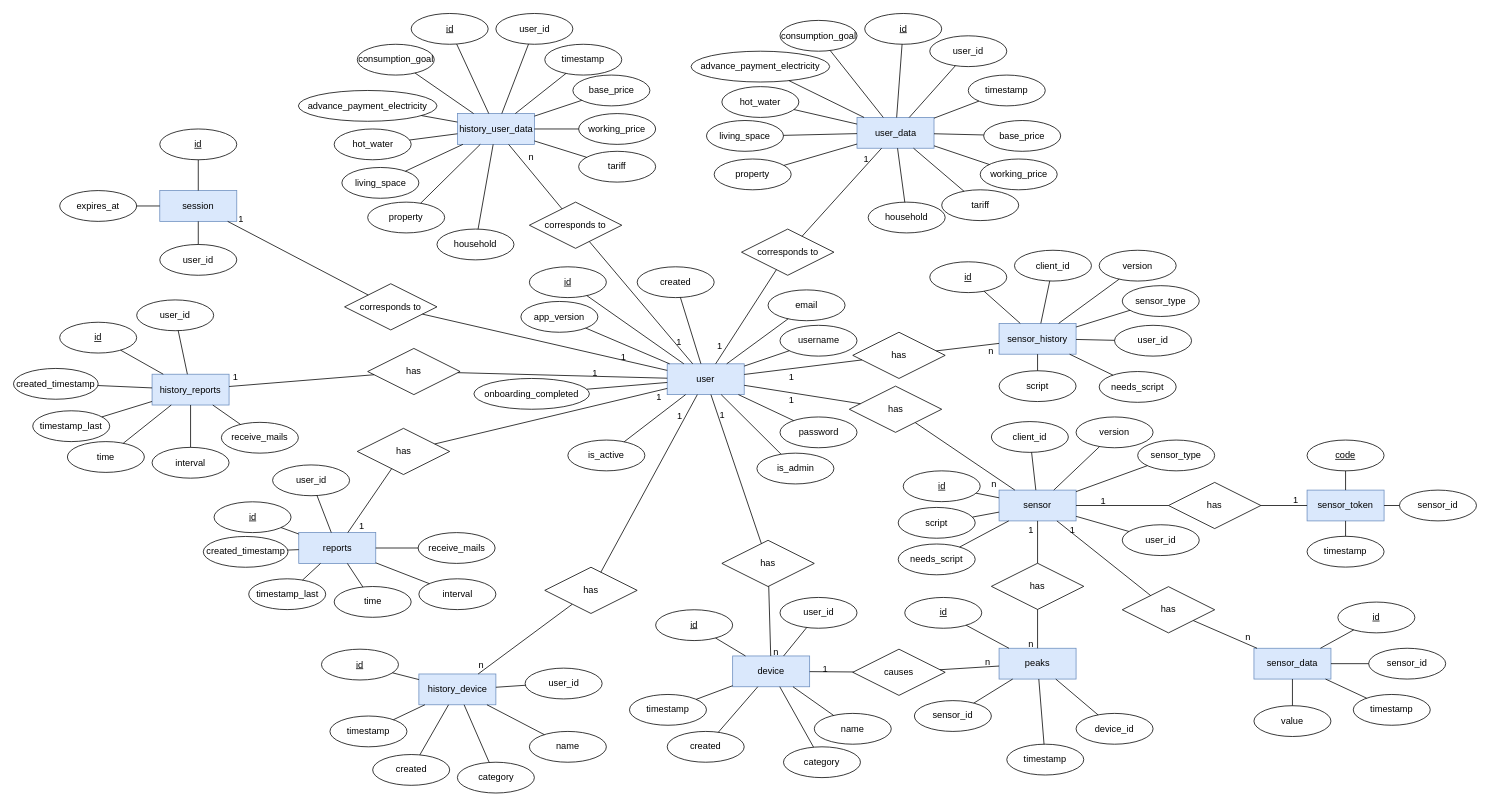
Above: diagrams/database_entity_relationship.drawio in pgenergy/docs (draw.io), before the change. Source tidied: cells renumbered, new cells numbered last; positions are measured from the earlier drawing's top-left corner, leaving out a move shared by most shapes. Both pictures are drawn from the tidied source at 77%, with x=0, y=0 at pixel (13, 13).
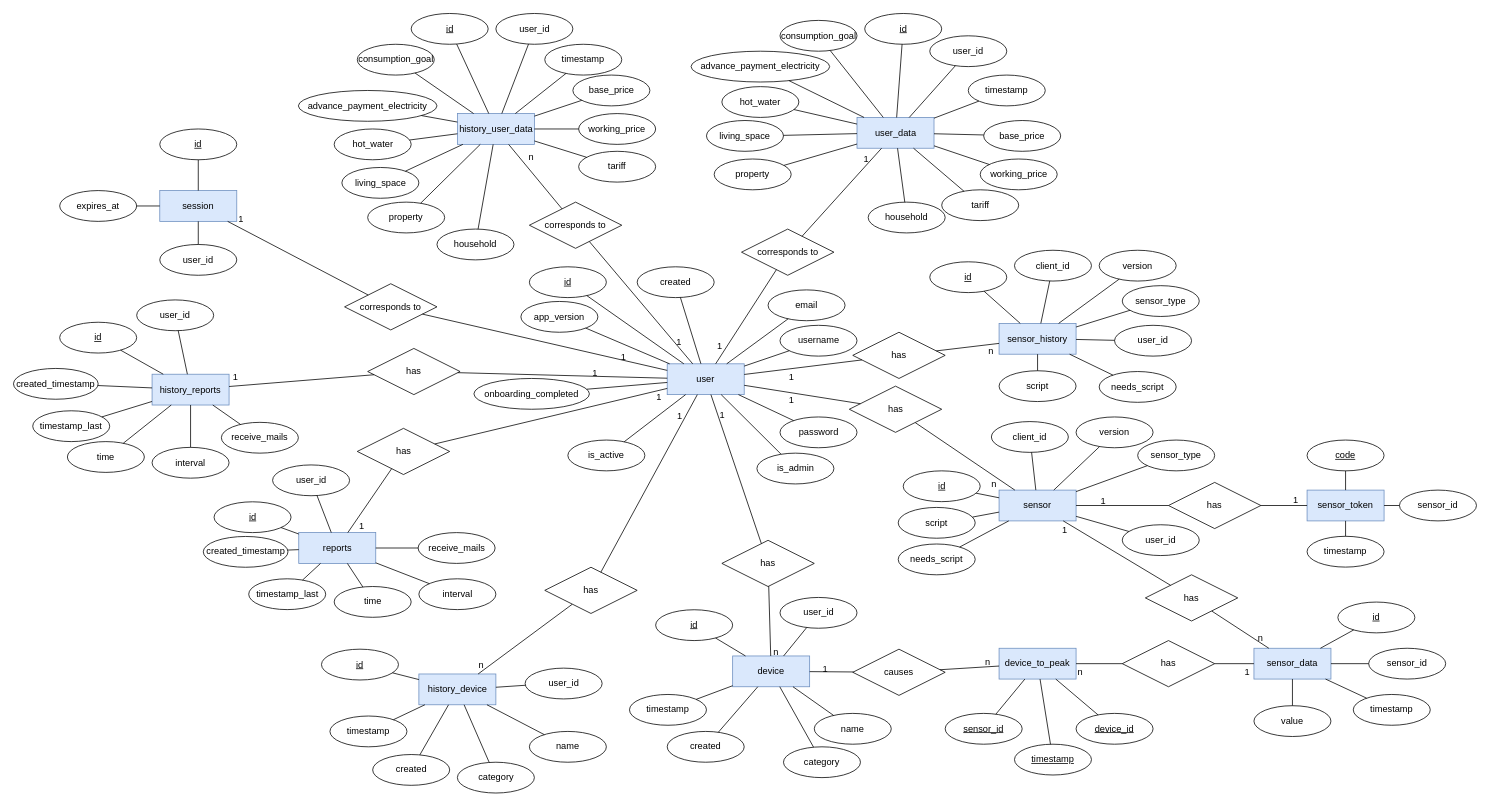
After the change.

Unchanged cells that the change refers to:
```xml
<mxCell id="153" value="sensor" style="whiteSpace=wrap;html=1;align=center;fillColor=#dae8fc;strokeColor=#6c8ebf;" parent="1" vertex="1">
  <mxGeometry x="1280" y="619" width="100" height="40" as="geometry" />
</mxCell>
<mxCell id="185" value="sensor_data" style="whiteSpace=wrap;html=1;align=center;fillColor=#dae8fc;strokeColor=#6c8ebf;" parent="1" vertex="1">
  <mxGeometry x="1611" y="824.4" width="100" height="40" as="geometry" />
</mxCell>
<mxCell id="204" style="endArrow=none;html=1;rounded=0;" parent="1" edge="1" source="194" target="199">
  <mxGeometry relative="1" as="geometry" />
</mxCell>
<mxCell id="211" style="endArrow=none;html=1;rounded=0;" parent="1" edge="1" source="210" target="153">
  <mxGeometry relative="1" as="geometry" />
</mxCell>
```

The edit, as a diff of the source:
```diff
@@
     <mxCell id="194" value="has" style="shape=rhombus;perimeter=rhombusPerimeter;whiteSpace=wrap;html=1;align=center;" parent="1" vertex="1">
-      <mxGeometry x="1270" y="714" width="120" height="60" as="geometry" />
+      <mxGeometry x="1440" y="814.4" width="120" height="60" as="geometry" />
     </mxCell>
-    <mxCell id="195" style="endArrow=none;html=1;rounded=0;" parent="1" edge="1" source="194" target="153">
+    <mxCell id="195" style="endArrow=none;html=1;rounded=0;" parent="1" edge="1" source="194" target="185">
       <mxGeometry relative="1" as="geometry" />
     </mxCell>
@@
-    <mxCell id="199" value="peaks" style="whiteSpace=wrap;html=1;align=center;fillColor=#dae8fc;strokeColor=#6c8ebf;" parent="1" vertex="1">
+    <mxCell id="199" value="&lt;span class=&quot;blob-code-inner blob-code-marker js-code-nav-pass&quot;&gt;&lt;span class=&quot;pl-s&quot;&gt;device_to_peak&lt;/span&gt;&lt;/span&gt;" style="whiteSpace=wrap;html=1;align=center;fillColor=#dae8fc;strokeColor=#6c8ebf;" parent="1" vertex="1">
       <mxGeometry x="1280" y="824.4" width="100" height="40" as="geometry" />
     </mxCell>
-    <mxCell id="200" value="sensor_id" style="ellipse;whiteSpace=wrap;html=1;align=center;" parent="1" vertex="1">
-      <mxGeometry x="1170" y="892.4" width="100" height="40" as="geometry" />
+    <mxCell id="200" value="sensor_id" style="ellipse;whiteSpace=wrap;html=1;align=center;fontStyle=4;" parent="1" vertex="1">
+      <mxGeometry x="1210" y="909" width="100" height="40" as="geometry" />
     </mxCell>
-    <mxCell id="201" value="device_id" style="ellipse;whiteSpace=wrap;html=1;align=center;" parent="1" vertex="1">
+    <mxCell id="201" value="device_id" style="ellipse;whiteSpace=wrap;html=1;align=center;fontStyle=4;" parent="1" vertex="1">
       <mxGeometry x="1380" y="909" width="100" height="40" as="geometry" />
     </mxCell>
-    <mxCell id="202" value="timestamp" style="ellipse;whiteSpace=wrap;html=1;align=center;" parent="1" vertex="1">
-      <mxGeometry x="1290" y="949" width="100" height="40" as="geometry" />
+    <mxCell id="202" value="timestamp" style="ellipse;whiteSpace=wrap;html=1;align=center;fontStyle=4;" parent="1" vertex="1">
+      <mxGeometry x="1300" y="949" width="100" height="40" as="geometry" />
     </mxCell>
-    <mxCell id="203" value="id" style="ellipse;whiteSpace=wrap;html=1;align=center;fontStyle=4;" parent="1" vertex="1">
-      <mxGeometry x="1157.5" y="758.4" width="100" height="40" as="geometry" />
-    </mxCell>
@@
     <mxCell id="205" value="n" style="html=1;whiteSpace=wrap;align=right;verticalAlign=bottom;" parent="204" vertex="1">
       <mxGeometry x="1" relative="1" as="geometry">
-        <mxPoint x="-4" y="3" as="offset" />
+        <mxPoint x="10" y="20" as="offset" />
       </mxGeometry>
     </mxCell>
@@
-    <mxCell id="209" style="endArrow=none;html=1;rounded=0;" parent="1" edge="1" source="199" target="203">
-      <mxGeometry relative="1" as="geometry" />
-    </mxCell>
     <mxCell id="210" value="has" style="shape=rhombus;perimeter=rhombusPerimeter;whiteSpace=wrap;html=1;align=center;" parent="1" vertex="1">
-      <mxGeometry x="1440" y="744.4" width="120" height="60" as="geometry" />
+      <mxGeometry x="1470" y="729" width="120" height="60" as="geometry" />
     </mxCell>
@@
     <mxCell id="212" value="1" style="html=1;whiteSpace=wrap;align=right;verticalAlign=bottom;" parent="211" vertex="1">
       <mxGeometry x="1" relative="1" as="geometry">
-        <mxPoint x="25" y="20" as="offset" />
+        <mxPoint x="7" y="20" as="offset" />
       </mxGeometry>
     </mxCell>
```
